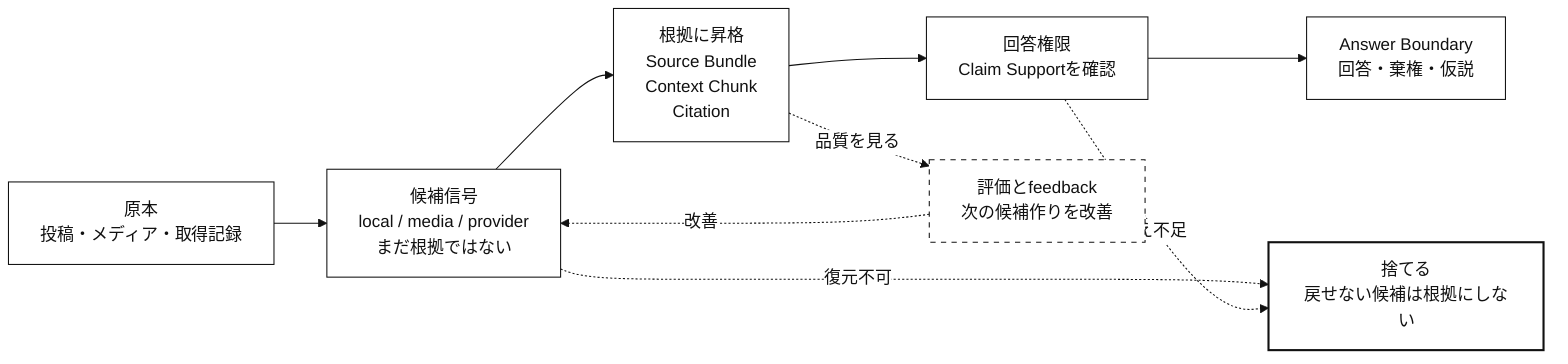
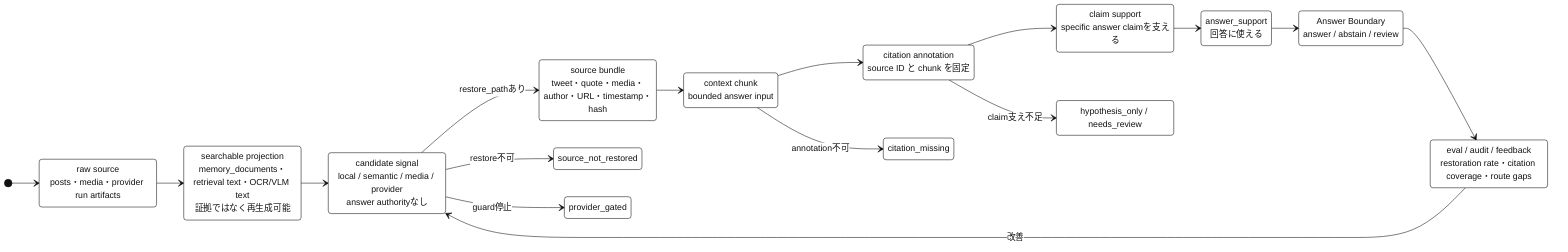
%%{init: {"theme":"base","themeVariables":{"background":"#ffffff","primaryColor":"#ffffff","primaryBorderColor":"#111111","primaryTextColor":"#111111","secondaryColor":"#ffffff","secondaryBorderColor":"#111111","secondaryTextColor":"#111111","tertiaryColor":"#ffffff","tertiaryBorderColor":"#111111","tertiaryTextColor":"#111111","lineColor":"#111111","textColor":"#111111","mainBkg":"#ffffff","secondBkg":"#ffffff","actorBkg":"#ffffff","actorBorder":"#111111","actorTextColor":"#111111","activationBkgColor":"#ffffff","activationBorderColor":"#111111","noteBkgColor":"#ffffff","noteBorderColor":"#111111","labelBoxBkgColor":"#ffffff","labelBoxBorderColor":"#111111","signalColor":"#111111","signalTextColor":"#111111","loopTextColor":"#111111"}}}%%
- flowchart LR
-   %% 完成形の証拠パイプライン図: どの検索経路でも同じ根拠条件を通す
+ stateDiagram-v2
+   %% 完成形の証拠パイプライン図: Mermaid UML stateDiagramでevidence levelの昇格を見る
+   direction LR

-   classDef main fill:#ffffff,stroke:#111111,color:#111111
-   classDef stop fill:#ffffff,stroke:#111111,color:#111111,stroke-width:2px
-   classDef note fill:#ffffff,stroke:#111111,color:#111111,stroke-dasharray: 5 5
+   state "raw source<br/>posts・media・provider run artifacts" as RawSource
+   state "searchable projection<br/>memory_documents・retrieval text・OCR/VLM text<br/>証拠ではなく再生成可能" as Projection
+   state "candidate signal<br/>local / semantic / media / provider<br/>answer authorityなし" as Candidate
+   state "source bundle<br/>tweet・quote・media・author・URL・timestamp・hash" as SourceBundle
+   state "context chunk<br/>bounded answer input" as ContextChunk
+   state "citation annotation<br/>source ID と chunk を固定" as Citation
+   state "claim support<br/>specific answer claimを支える" as ClaimSupport
+   state "answer_support<br/>回答に使える" as AnswerSupport
+   state "Answer Boundary<br/>answer / abstain / review" as AnswerBoundary
+   state "source_not_restored" as SourceNotRestored
+   state "citation_missing" as CitationMissing
+   state "hypothesis_only / needs_review" as HypothesisOnly
+   state "provider_gated" as ProviderGated
+   state "eval / audit / feedback<br/>restoration rate・citation coverage・route gaps" as Feedback

-   raw["原本<br/>投稿・メディア・取得記録"]:::main
-   signal["候補信号<br/>local / media / provider<br/>まだ根拠ではない"]:::main
-   evidence["根拠に昇格<br/>Source Bundle<br/>Context Chunk<br/>Citation"]:::main
-   support["回答権限<br/>Claim Supportを確認"]:::main
-   boundary["Answer Boundary<br/>回答・棄権・仮説"]:::main
+   [*] --> RawSource
+   RawSource --> Projection
+   Projection --> Candidate

-   reject["捨てる<br/>戻せない候補は根拠にしない"]:::stop
-   feedback["評価とfeedback<br/>次の候補作りを改善"]:::note
+   Candidate --> SourceBundle: restore_pathあり
+   SourceBundle --> ContextChunk
+   ContextChunk --> Citation
+   Citation --> ClaimSupport
+   ClaimSupport --> AnswerSupport
+   AnswerSupport --> AnswerBoundary

-   raw --> signal --> evidence --> support --> boundary
-   signal -. "復元不可" .-> reject
-   support -. "支え不足" .-> reject
-   evidence -. "品質を見る" .-> feedback
-   feedback -. "改善" .-> signal
+   Candidate --> SourceNotRestored: restore不可
+   ContextChunk --> CitationMissing: annotation不可
+   Citation --> HypothesisOnly: claim支え不足
+   Candidate --> ProviderGated: guard停止
+   AnswerBoundary --> Feedback
+   Feedback --> Candidate: 改善
